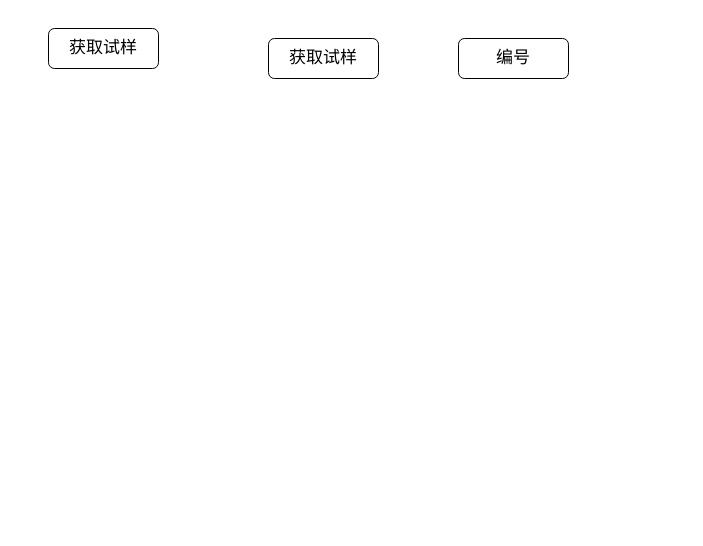
wn2002/graduate keeps this draw.io diagram as 未命名绘图.drawio. Above is the earlier version. Source tidied: cells renumbered, new cells numbered last; positions are measured from the earlier drawing's top-left corner, leaving out a move shared by most shapes. Both pictures are drawn from the tidied source at 100%, with x=0, y=0 at pixel (48, 28).
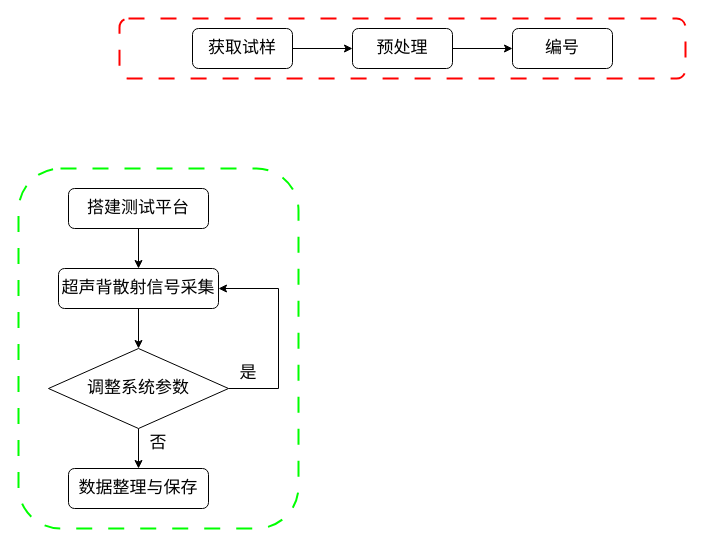
Above is the later version.

Commit message:
更新未命名绘图.drawio

The edit, as a diff of the source:
```diff
@@
+    <mxCell id="5" style="rounded=1;whiteSpace=wrap;html=1;dashed=1;strokeColor=#FF0000;fillColor=none;strokeWidth=2;dashPattern=8 8;" parent="1" vertex="1">
+      <mxGeometry x="71" y="-10" width="566" height="60" as="geometry" />
+    </mxCell>
+    <mxCell id="6" style="edgeStyle=orthogonalEdgeStyle;rounded=0;jettySize=auto;html=1;exitX=1;exitY=0.5;exitDx=0;exitDy=0;entryX=0;entryY=0.5;entryDx=0;entryDy=0;" parent="1" edge="1" source="2" target="3">
+      <mxGeometry relative="1" as="geometry" />
+    </mxCell>
     <mxCell id="2" value="获取试样" style="rounded=1;whiteSpace=wrap;html=1;fontSize=17;" parent="1" vertex="1">
-      <mxGeometry width="110" height="40" as="geometry" />
+      <mxGeometry x="144" width="100" height="40" as="geometry" />
     </mxCell>
+    <mxCell id="7" style="edgeStyle=orthogonalEdgeStyle;rounded=0;jettySize=auto;html=1;exitX=1;exitY=0.5;exitDx=0;exitDy=0;entryX=0;entryY=0.5;entryDx=0;entryDy=0;" parent="1" edge="1" source="3" target="4">
+      <mxGeometry relative="1" as="geometry" />
+    </mxCell>
-    <mxCell id="3" value="获取试样" style="rounded=1;whiteSpace=wrap;html=1;fontSize=17;" parent="1" vertex="1">
-      <mxGeometry x="220" y="10" width="110" height="40" as="geometry" />
+    <mxCell id="3" value="预处理" style="rounded=1;whiteSpace=wrap;html=1;fontSize=17;" parent="1" vertex="1">
+      <mxGeometry x="304" width="100" height="40" as="geometry" />
     </mxCell>
     <mxCell id="4" value="编号" style="rounded=1;whiteSpace=wrap;html=1;fontSize=17;" parent="1" vertex="1">
-      <mxGeometry x="410" y="10" width="110" height="40" as="geometry" />
+      <mxGeometry x="464" width="100" height="40" as="geometry" />
     </mxCell>
+    <mxCell id="8" style="edgeStyle=orthogonalEdgeStyle;rounded=0;jettySize=auto;html=1;exitX=0.5;exitY=1;exitDx=0;exitDy=0;entryX=0.5;entryY=0;entryDx=0;entryDy=0;" parent="1" edge="1" source="9" target="11">
+      <mxGeometry relative="1" as="geometry" />
+    </mxCell>
+    <mxCell id="9" value="搭建测试平台" style="rounded=1;whiteSpace=wrap;html=1;fontSize=17;" parent="1" vertex="1">
+      <mxGeometry x="20" y="160" width="140" height="40" as="geometry" />
+    </mxCell>
+    <mxCell id="10" style="edgeStyle=orthogonalEdgeStyle;rounded=0;jettySize=auto;html=1;exitX=0.5;exitY=1;exitDx=0;exitDy=0;entryX=0.5;entryY=0;entryDx=0;entryDy=0;" parent="1" edge="1" source="11" target="14">
+      <mxGeometry relative="1" as="geometry" />
+    </mxCell>
+    <mxCell id="11" value="超声背散射信号采集" style="rounded=1;whiteSpace=wrap;html=1;fontSize=17;" parent="1" vertex="1">
+      <mxGeometry x="10" y="240" width="160" height="40" as="geometry" />
+    </mxCell>
+    <mxCell id="12" style="edgeStyle=orthogonalEdgeStyle;rounded=0;jettySize=auto;html=1;exitX=0.5;exitY=1;exitDx=0;exitDy=0;entryX=0.5;entryY=0;entryDx=0;entryDy=0;" parent="1" edge="1" source="14" target="15">
+      <mxGeometry relative="1" as="geometry" />
+    </mxCell>
+    <mxCell id="13" style="edgeStyle=orthogonalEdgeStyle;rounded=0;jettySize=auto;html=1;exitX=1;exitY=0.5;exitDx=0;exitDy=0;entryX=1;entryY=0.5;entryDx=0;entryDy=0;" parent="1" edge="1" source="14" target="11">
+      <mxGeometry relative="1" as="geometry">
+        <Array as="points">
+          <mxPoint x="230" y="360" />
+          <mxPoint x="230" y="260" />
+        </Array>
+      </mxGeometry>
+    </mxCell>
+    <mxCell id="14" value="调整系统参数" style="rhombus;whiteSpace=wrap;html=1;fontSize=17;" parent="1" vertex="1">
+      <mxGeometry y="320" width="180" height="80" as="geometry" />
+    </mxCell>
+    <mxCell id="15" value="数据整理与保存" style="rounded=1;whiteSpace=wrap;html=1;fontSize=17;" parent="1" vertex="1">
+      <mxGeometry x="20" y="440" width="140" height="40" as="geometry" />
+    </mxCell>
+    <mxCell id="16" value="是" style="text;html=1;whiteSpace=wrap;strokeColor=none;fillColor=none;align=center;verticalAlign=middle;rounded=0;fontSize=17;" parent="1" vertex="1">
+      <mxGeometry x="170" y="330" width="60" height="30" as="geometry" />
+    </mxCell>
+    <mxCell id="17" value="否" style="text;html=1;whiteSpace=wrap;strokeColor=none;fillColor=none;align=center;verticalAlign=middle;rounded=0;fontSize=17;" parent="1" vertex="1">
+      <mxGeometry x="80" y="400" width="60" height="30" as="geometry" />
+    </mxCell>
+    <mxCell id="18" style="rounded=1;whiteSpace=wrap;html=1;fillColor=none;dashed=1;dashPattern=8 8;strokeWidth=2;strokeColor=#00FF00;" parent="1" vertex="1">
+      <mxGeometry x="-30" y="140" width="280" height="360" as="geometry" />
+    </mxCell>
```
